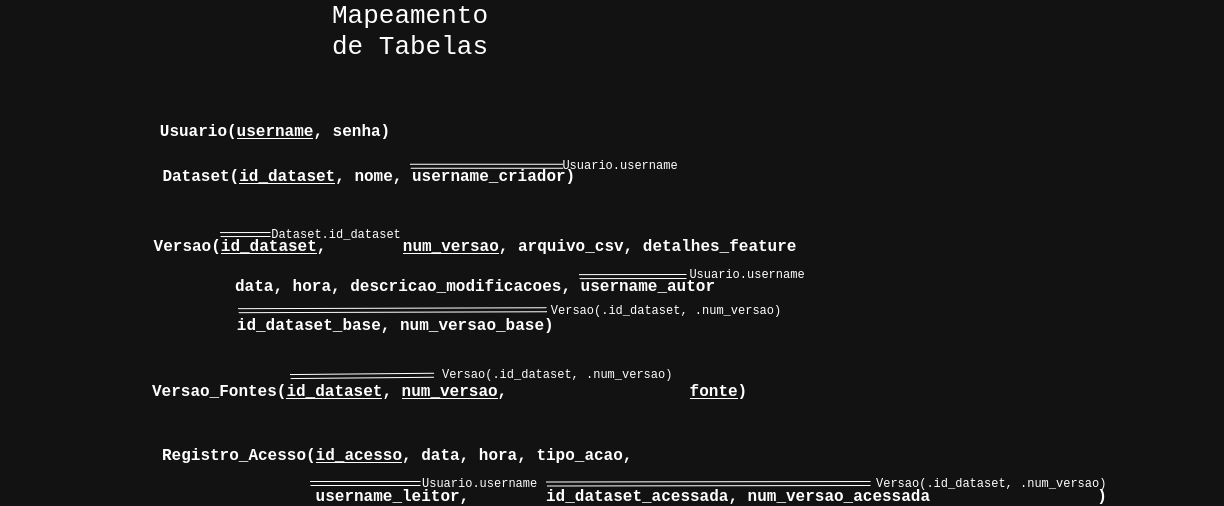
Earlier version of the draw.io export docs/Mapeamento_de_Tabelas_Digital.png (NicohOliveira/db-project-feature-store). Source tidied: cells renumbered, new cells last; positions are measured from the earlier drawing's top-left corner, leaving out a move shared by most shapes.
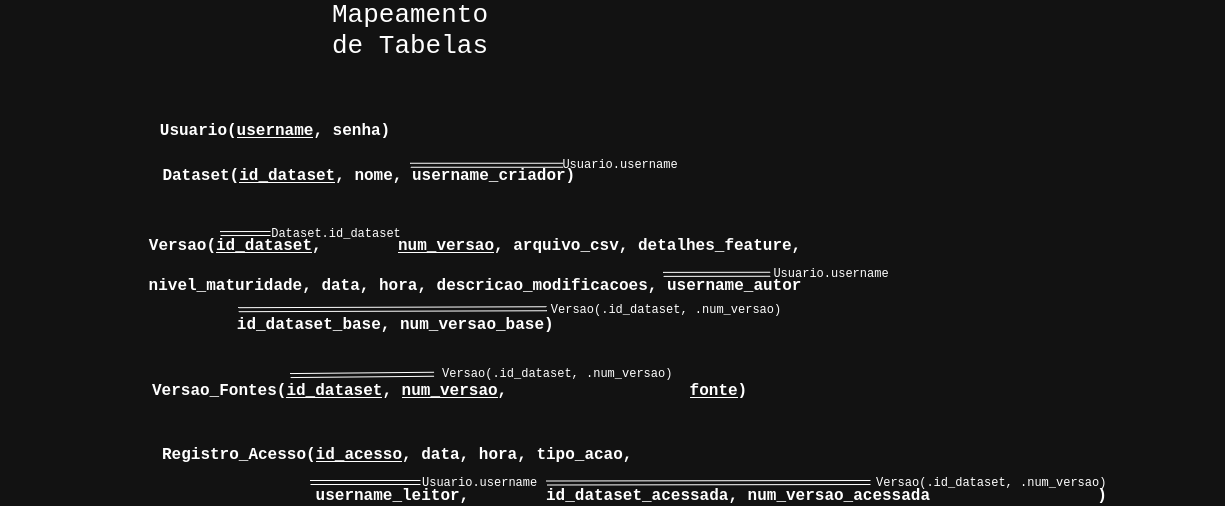
After the commit.

Commit message:
docs: adiciona atributo nivel_maturidade nos diagramas

Change to the diagram source:
```diff
@@ -19,7 +19,7 @@
     <mxCell id="6" value="&lt;font face=&quot;Courier New&quot;&gt;Usuario.username&lt;/font&gt;" style="text;html=1;whiteSpace=wrap;strokeColor=none;fillColor=none;align=center;verticalAlign=middle;rounded=0;" parent="1" vertex="1">
       <mxGeometry x="590" y="135" width="60" height="30" as="geometry" />
     </mxCell>
-    <mxCell id="7" value="&lt;div&gt;&lt;b&gt;&lt;font face=&quot;Courier New&quot;&gt;Versao(&lt;u&gt;id_dataset&lt;/u&gt;, &lt;span style=&quot;white-space: pre;&quot;&gt;&#9;&lt;/span&gt;&lt;span style=&quot;white-space: pre;&quot;&gt;&#9;&lt;/span&gt;&lt;u&gt;num_versao&lt;/u&gt;, arquivo_csv, detalhes_feature&lt;/font&gt;&lt;/b&gt;&lt;/div&gt;&lt;div&gt;&lt;b&gt;&lt;font face=&quot;Courier New&quot;&gt;&lt;br&gt;&lt;/font&gt;&lt;/b&gt;&lt;/div&gt;&lt;div&gt;&lt;b&gt;&lt;font face=&quot;Courier New&quot;&gt;data, hora, descricao_modificacoes, username_autor&lt;/font&gt;&lt;/b&gt;&lt;/div&gt;&lt;div&gt;&lt;br&gt;&lt;/div&gt;&lt;div&gt;&lt;font face=&quot;Courier New&quot;&gt;&lt;b&gt;&amp;nbsp; &amp;nbsp;id_dataset_base, num_versao_base&lt;/b&gt;&lt;/font&gt;&lt;b&gt;&lt;font face=&quot;Courier New&quot;&gt;)&lt;span style=&quot;white-space: pre;&quot;&gt;&#9;&lt;/span&gt;&lt;span style=&quot;white-space: pre;&quot;&gt;&#9;&lt;/span&gt;&lt;span style=&quot;white-space: pre;&quot;&gt;&#9;&lt;/span&gt;&lt;span style=&quot;white-space: pre;&quot;&gt;&#9;&lt;/span&gt;&lt;span style=&quot;white-space: pre;&quot;&gt;&#9;&lt;/span&gt;&lt;span style=&quot;white-space: pre;&quot;&gt;&#9;&lt;/span&gt;&lt;/font&gt;&lt;/b&gt;&lt;/div&gt;" style="text;html=1;whiteSpace=wrap;align=center;verticalAlign=middle;rounded=0;fontSize=16;strokeColor=none;" parent="1" vertex="1">
+    <mxCell id="7" value="&lt;div&gt;&lt;b&gt;&lt;font face=&quot;Courier New&quot;&gt;Versao(&lt;u&gt;id_dataset&lt;/u&gt;, &lt;span style=&quot;white-space: pre;&quot;&gt;&#9;&lt;/span&gt;&lt;span style=&quot;white-space: pre;&quot;&gt;&#9;&lt;/span&gt;&lt;u&gt;num_versao&lt;/u&gt;, arquivo_csv, detalhes_feature,&lt;/font&gt;&lt;/b&gt;&lt;/div&gt;&lt;div&gt;&lt;b&gt;&lt;font face=&quot;Courier New&quot;&gt;&lt;br&gt;&lt;/font&gt;&lt;/b&gt;&lt;/div&gt;&lt;div&gt;&lt;b&gt;&lt;font face=&quot;Courier New&quot;&gt;nivel_maturidade, data, hora, descricao_modificacoes, username_autor&lt;/font&gt;&lt;/b&gt;&lt;/div&gt;&lt;div&gt;&lt;br&gt;&lt;/div&gt;&lt;div&gt;&lt;font face=&quot;Courier New&quot;&gt;&lt;b&gt;&amp;nbsp; &amp;nbsp;id_dataset_base, num_versao_base&lt;/b&gt;&lt;/font&gt;&lt;b&gt;&lt;font face=&quot;Courier New&quot;&gt;)&lt;span style=&quot;white-space: pre;&quot;&gt;&#9;&lt;/span&gt;&lt;span style=&quot;white-space: pre;&quot;&gt;&#9;&lt;/span&gt;&lt;span style=&quot;white-space: pre;&quot;&gt;&#9;&lt;/span&gt;&lt;span style=&quot;white-space: pre;&quot;&gt;&#9;&lt;/span&gt;&lt;span style=&quot;white-space: pre;&quot;&gt;&#9;&lt;/span&gt;&lt;span style=&quot;white-space: pre;&quot;&gt;&#9;&lt;/span&gt;&lt;/font&gt;&lt;/b&gt;&lt;/div&gt;" style="text;html=1;whiteSpace=wrap;align=center;verticalAlign=middle;rounded=0;fontSize=16;strokeColor=none;" parent="1" vertex="1">
       <mxGeometry y="250" width="950" height="40" as="geometry" />
     </mxCell>
     <mxCell id="8" style="endArrow=none;html=1;rounded=0;shape=link;startSize=13;endSize=15;" parent="1" edge="1">
@@ -33,12 +33,12 @@
     </mxCell>
     <mxCell id="10" style="endArrow=none;html=1;rounded=0;shape=link;exitX=0.41;exitY=0.247;exitDx=0;exitDy=0;exitPerimeter=0;" parent="1" edge="1">
       <mxGeometry relative="1" as="geometry">
-        <mxPoint x="579" y="260.1" as="sourcePoint" />
-        <mxPoint x="686" y="260" as="targetPoint" />
+        <mxPoint x="663" y="259" as="sourcePoint" />
+        <mxPoint x="770" y="258.9" as="targetPoint" />
       </mxGeometry>
     </mxCell>
     <mxCell id="11" value="&lt;font face=&quot;Courier New&quot;&gt;Usuario.username&lt;/font&gt;" style="text;html=1;whiteSpace=wrap;strokeColor=none;fillColor=none;align=center;verticalAlign=middle;rounded=0;" parent="1" vertex="1">
-      <mxGeometry x="717" y="244" width="60" height="30" as="geometry" />
+      <mxGeometry x="801" y="244" width="60" height="30" as="geometry" />
     </mxCell>
     <mxCell id="12" style="endArrow=none;html=1;rounded=0;shape=link;exitX=0.41;exitY=0.247;exitDx=0;exitDy=0;exitPerimeter=0;entryX=0.575;entryY=1.08;entryDx=0;entryDy=0;entryPerimeter=0;" parent="1" edge="1" target="7">
       <mxGeometry relative="1" as="geometry">
```
